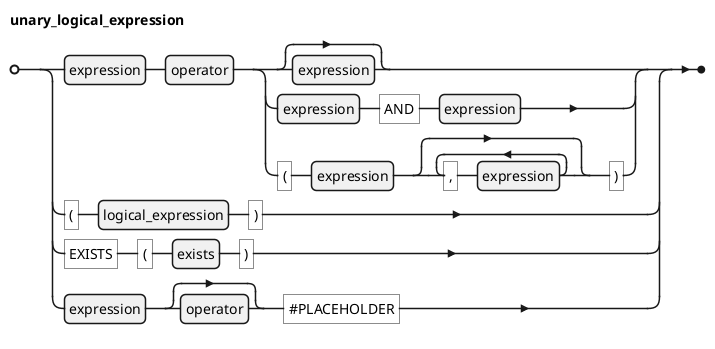
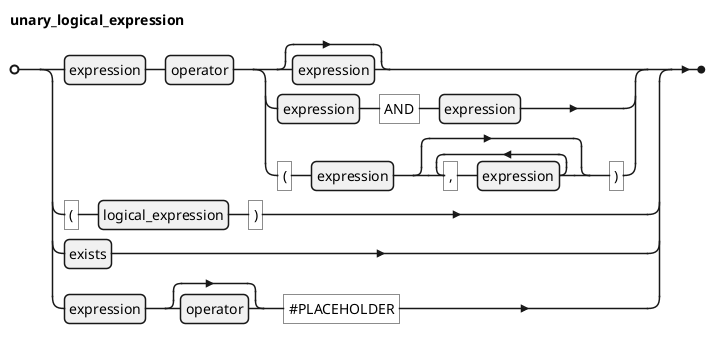
@startebnf
' border and background
skinparam legendBorderColor transparent
skinparam legendBackgroundColor white

'title unary_logical_expression

unary_logical_expression = expression, operator,
(
    (
        [expression]
        | expression, "AND", expression
        | "(", expression, {",", expression}, ")"
    )
)
|   "(", logical_expression , ")"
- | "EXISTS", "(", exists, ")"
+ | exists
| expression, [operator], "#PLACEHOLDER"
;

@endebnf
